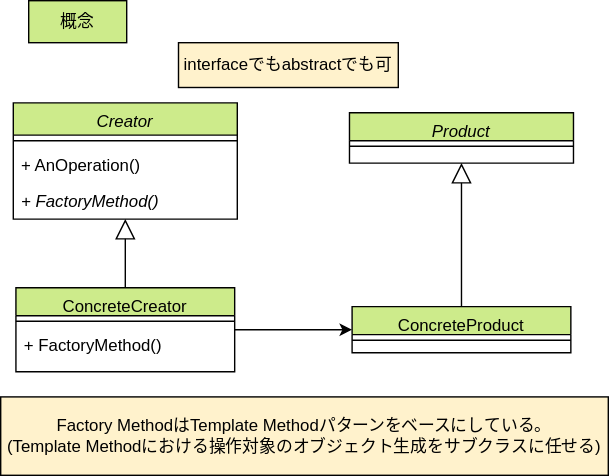
go-to-k/cdk-gof-design-pattern keeps this draw.io diagram as drawio/factory-method/factory-method-concept.drawio.svg. Above is the earlier version. Source tidied: cells renumbered, new cells last; positions are measured from the earlier drawing's top-left corner, leaving out a move shared by most shapes.
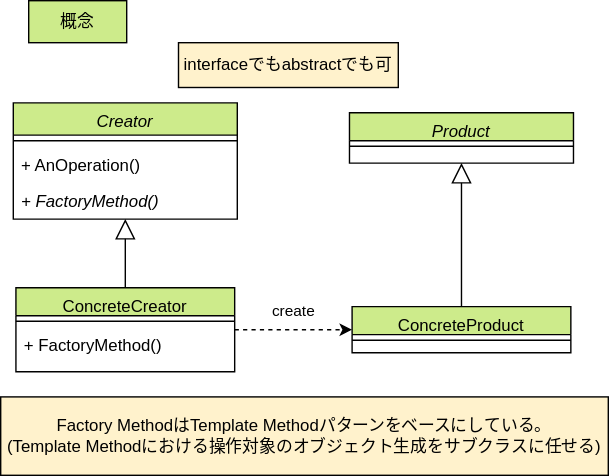
Later version of the same file.

Commit message:
updae factory method diagrams

The edit, as a diff of the source:
```diff
@@ -2,8 +2,8 @@
   <root>
     <mxCell id="0" />
     <mxCell id="1" parent="0" />
-    <mxCell id="2" style="edgeStyle=none;html=1;strokeColor=#000000;" parent="1" edge="1" source="3" target="13">
-      <mxGeometry relative="1" as="geometry" />
+    <mxCell id="2" value="create" style="edgeStyle=none;html=1;strokeColor=#000000;dashed=1;labelBackgroundColor=none;fontColor=#000000;" parent="1" edge="1" source="3" target="13">
+      <mxGeometry y="13" relative="1" as="geometry" />
     </mxCell>
     <mxCell id="3" value="ConcreteCreator" style="swimlane;fontStyle=0;align=center;verticalAlign=top;horizontal=1;startSize=20;rounded=0;shadow=0;strokeWidth=1;fillColor=#cdeb8b;strokeColor=#000000;fontColor=#000000;" parent="1" vertex="1">
       <mxGeometry x="10.9" y="205" width="156.2" height="60" as="geometry" />
```
